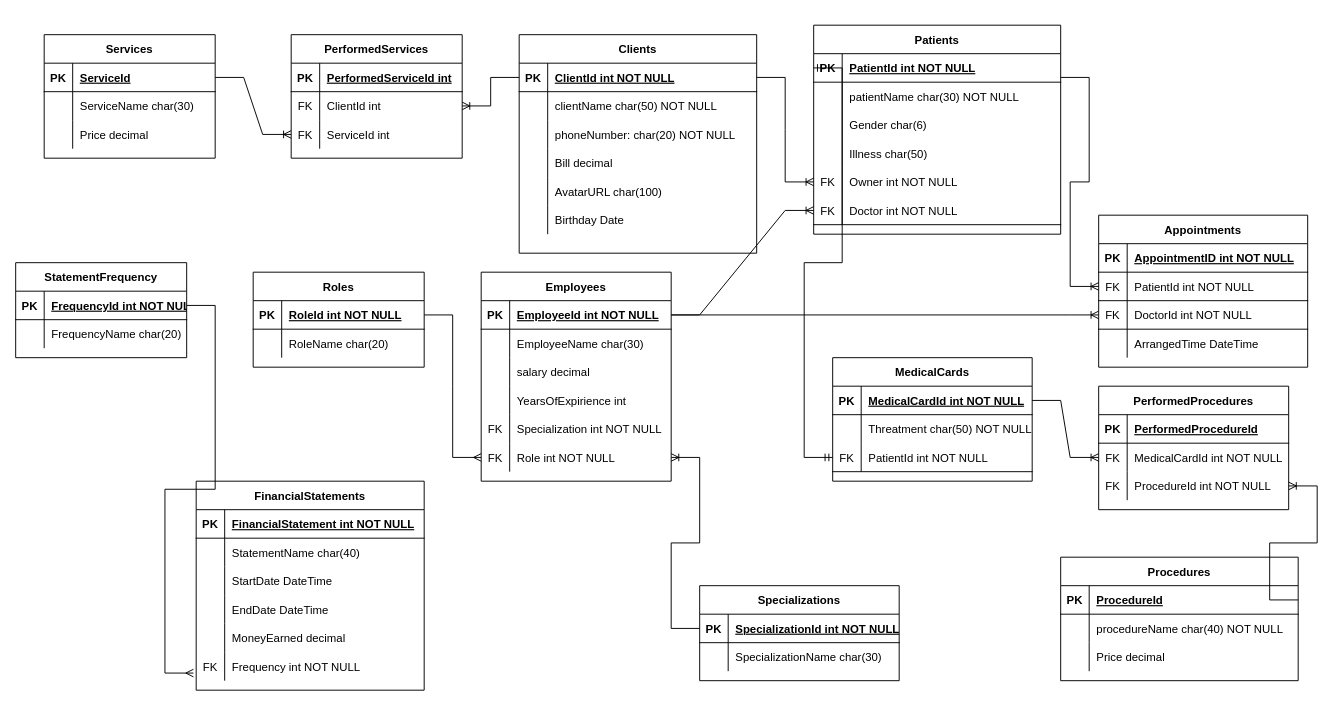
This is testRelationship.drawio from TRybina132/vetClinic, a draw.io file, before an edit. Source tidied: cells renumbered, new cells numbered last; positions are measured from the earlier drawing's top-left corner, leaving out a move shared by most shapes. Both pictures are drawn from the tidied source at 95%, with x=0, y=0 at pixel (15, 25).
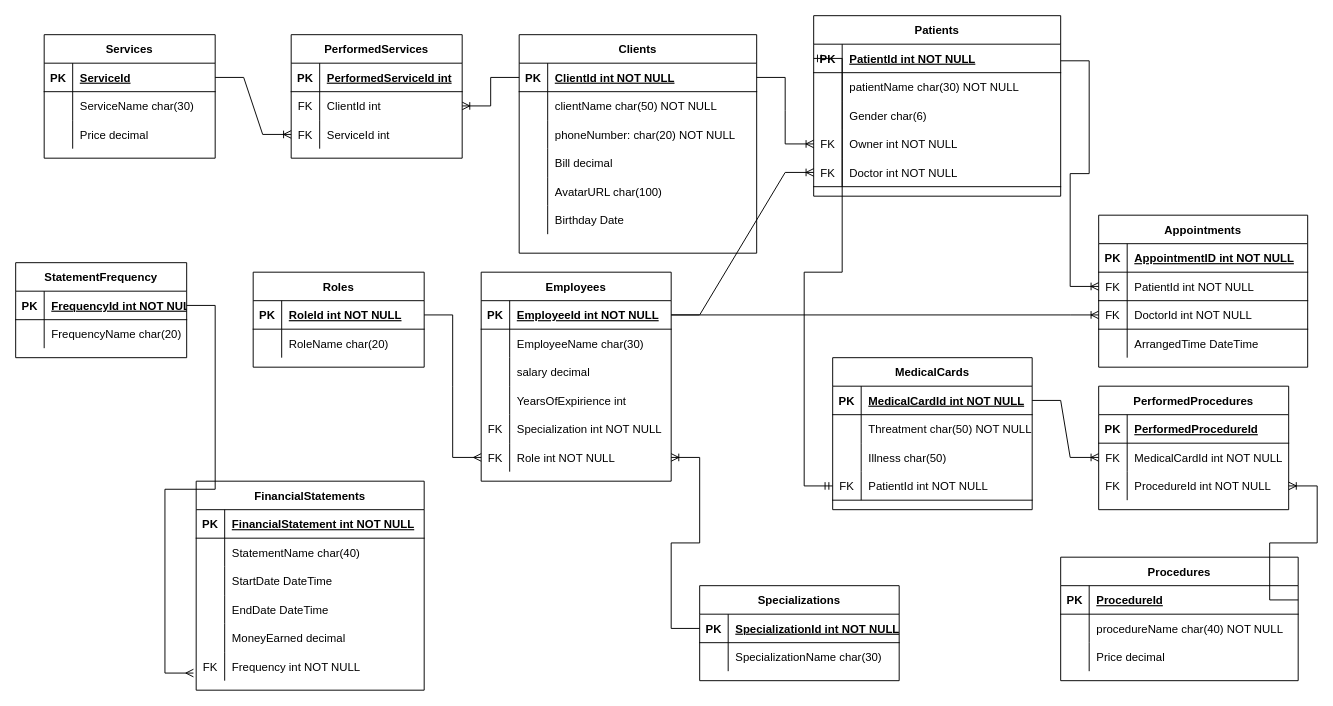
The same diagram, later.

What changed in the source:
```diff
@@
     <mxCell id="21" value="Patients" style="shape=table;startSize=30;childLayout=tableLayout;rowLines=0;fontStyle=1;align=center;" parent="1" vertex="1">
-      <mxGeometry x="840" width="260" height="220" as="geometry" />
+      <mxGeometry x="840" y="-10" width="260" height="190" as="geometry" />
     </mxCell>
@@
-    <mxCell id="31" style="shape=tableRow;horizontal=0;startSize=0;swimlaneHead=0;swimlaneBody=0;fillColor=none;top=0;left=0;right=0;bottom=0;" parent="21" vertex="1">
-      <mxGeometry y="120" width="260" height="30" as="geometry" />
-    </mxCell>
-    <mxCell id="32" style="shape=partialRectangle;fillColor=none;top=0;left=0;bottom=0;right=0;overflow=hidden;" parent="31" vertex="1">
-      <mxGeometry width="30" height="30" as="geometry" />
-    </mxCell>
-    <mxCell id="33" value="Illness char(50)" style="shape=partialRectangle;fillColor=none;top=0;left=0;bottom=0;right=0;align=left;spacingLeft=6;overflow=hidden;" parent="31" vertex="1">
-      <mxGeometry x="30" width="230" height="30" as="geometry" />
-    </mxCell>
     <mxCell id="34" style="shape=tableRow;horizontal=0;startSize=0;swimlaneHead=0;swimlaneBody=0;fillColor=none;points=[[0,0.5],[1,0.5]];portConstraint=eastwest;top=0;left=0;right=0;bottom=0;" parent="21" vertex="1">
-      <mxGeometry y="150" width="260" height="30" as="geometry" />
+      <mxGeometry y="120" width="260" height="30" as="geometry" />
     </mxCell>
@@
     <mxCell id="37" style="shape=tableRow;horizontal=0;startSize=0;swimlaneHead=0;swimlaneBody=0;fillColor=none;points=[[0,0.5],[1,0.5]];portConstraint=eastwest;top=0;left=0;right=0;bottom=1;" parent="21" vertex="1">
-      <mxGeometry y="180" width="260" height="30" as="geometry" />
+      <mxGeometry y="150" width="260" height="30" as="geometry" />
     </mxCell>
@@
     <mxCell id="98" value="MedicalCards" style="shape=table;startSize=30;childLayout=tableLayout;rowLines=0;fontStyle=1;align=center;" parent="1" vertex="1">
-      <mxGeometry x="860" y="350" width="210" height="130" as="geometry" />
+      <mxGeometry x="860" y="350" width="210" height="160" as="geometry" />
     </mxCell>
@@
+    <mxCell id="31" style="shape=tableRow;horizontal=0;startSize=0;swimlaneHead=0;swimlaneBody=0;fillColor=none;top=0;left=0;right=0;bottom=0;" parent="98" vertex="1">
+      <mxGeometry y="90" width="210" height="30" as="geometry" />
+    </mxCell>
+    <mxCell id="32" style="shape=partialRectangle;fillColor=none;top=0;left=0;bottom=0;right=0;overflow=hidden;" parent="31" vertex="1">
+      <mxGeometry width="30" height="30" as="geometry" />
+    </mxCell>
+    <mxCell id="33" value="Illness char(50)" style="shape=partialRectangle;fillColor=none;top=0;left=0;bottom=0;right=0;align=left;spacingLeft=6;overflow=hidden;" parent="31" vertex="1">
+      <mxGeometry x="30" width="180" height="30" as="geometry" />
+    </mxCell>
     <mxCell id="105" style="shape=tableRow;horizontal=0;startSize=0;swimlaneHead=0;swimlaneBody=0;fillColor=none;points=[[0,0.5],[1,0.5]];portConstraint=eastwest;top=0;left=0;right=0;bottom=1;" parent="98" vertex="1">
-      <mxGeometry y="90" width="210" height="30" as="geometry" />
+      <mxGeometry y="120" width="210" height="30" as="geometry" />
     </mxCell>
```
